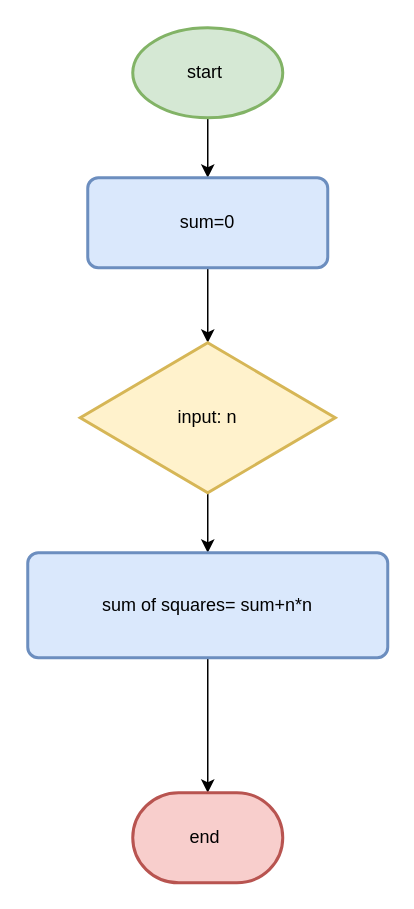
Above: build/Diagramme sans nom.drawio in essaoudi01/drawio-desktop (draw.io), before the change. Source tidied: cells renumbered, new cells numbered last; positions are measured from the earlier drawing's top-left corner, leaving out a move shared by most shapes. Both pictures are drawn from the tidied source at 150%, with x=0, y=0 at pixel (27, 27).
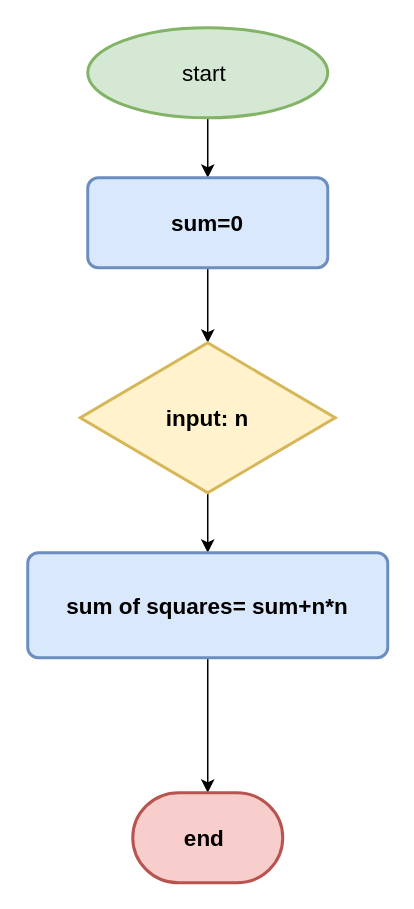
The same page after the edit.

Commit message (it also covers changes not shown here):
Mettre à jour Diagramme sans nom.drawio

Change to the diagram source:
```diff
@@
 <mxGraphModel>
   <root>
     <mxCell id="0" />
     <mxCell id="1" parent="0" />
     <mxCell id="2" style="edgeStyle=orthogonalEdgeStyle;rounded=0;jettySize=auto;html=1;exitX=0.5;exitY=1;exitDx=0;exitDy=0;exitPerimeter=0;" parent="1" edge="1" source="3" target="5">
       <mxGeometry relative="1" as="geometry" />
     </mxCell>
+    <mxCell id="11" style="edgeStyle=orthogonalEdgeStyle;rounded=0;jettySize=auto;html=1;exitX=1;exitY=0.5;exitDx=0;exitDy=0;exitPerimeter=0;fontSize=15;" parent="1" edge="1" source="3">
+      <mxGeometry relative="1" as="geometry">
+        <mxPoint x="170.1" y="29.7" as="targetPoint" />
+      </mxGeometry>
+    </mxCell>
-    <mxCell id="3" value="start&lt;span style=&quot;white-space: pre;&quot;&gt; &lt;/span&gt;" style="strokeWidth=2;html=1;shape=mxgraph.flowchart.start_1;whiteSpace=wrap;fillColor=#d5e8d4;strokeColor=#82b366;" parent="1" vertex="1">
-      <mxGeometry x="70" width="100" height="60" as="geometry" />
+    <mxCell id="3" value="start&lt;span style=&quot;white-space: pre; font-size: 15px;&quot;&gt; &lt;/span&gt;" style="strokeWidth=2;html=1;shape=mxgraph.flowchart.start_1;whiteSpace=wrap;fillColor=#d5e8d4;strokeColor=#82b366;fontStyle=0;fontSize=15;" parent="1" vertex="1">
+      <mxGeometry x="40" width="160" height="60" as="geometry" />
     </mxCell>
     <mxCell id="4" style="edgeStyle=orthogonalEdgeStyle;rounded=0;jettySize=auto;html=1;exitX=0.5;exitY=1;exitDx=0;exitDy=0;" parent="1" edge="1" source="5" target="7">
       <mxGeometry relative="1" as="geometry" />
     </mxCell>
-    <mxCell id="5" value="sum=0" style="rounded=1;whiteSpace=wrap;html=1;absoluteArcSize=1;arcSize=14;strokeWidth=2;fillColor=#dae8fc;strokeColor=#6c8ebf;" parent="1" vertex="1">
+    <mxCell id="5" value="sum=0" style="rounded=1;whiteSpace=wrap;html=1;absoluteArcSize=1;arcSize=14;strokeWidth=2;fillColor=#dae8fc;strokeColor=#6c8ebf;fontStyle=1;fontSize=15;" parent="1" vertex="1">
       <mxGeometry x="40" y="100" width="160" height="60" as="geometry" />
     </mxCell>
     <mxCell id="6" style="edgeStyle=orthogonalEdgeStyle;rounded=0;jettySize=auto;html=1;exitX=0.5;exitY=1;exitDx=0;exitDy=0;exitPerimeter=0;" parent="1" edge="1" source="7" target="9">
       <mxGeometry relative="1" as="geometry" />
     </mxCell>
-    <mxCell id="7" value="input: n" style="strokeWidth=2;html=1;shape=mxgraph.flowchart.decision;whiteSpace=wrap;fillColor=#fff2cc;strokeColor=#d6b656;" parent="1" vertex="1">
+    <mxCell id="7" value="input: n" style="strokeWidth=2;html=1;shape=mxgraph.flowchart.decision;whiteSpace=wrap;fillColor=#fff2cc;strokeColor=#d6b656;fontStyle=1;fontSize=15;" parent="1" vertex="1">
       <mxGeometry x="35" y="210" width="170" height="100" as="geometry" />
     </mxCell>
     <mxCell id="8" style="edgeStyle=orthogonalEdgeStyle;rounded=0;jettySize=auto;html=1;exitX=0.5;exitY=1;exitDx=0;exitDy=0;" parent="1" edge="1" source="9" target="10">
       <mxGeometry relative="1" as="geometry" />
     </mxCell>
-    <mxCell id="9" value="sum of squares= sum+n*n" style="rounded=1;whiteSpace=wrap;html=1;absoluteArcSize=1;arcSize=14;strokeWidth=2;fillColor=#dae8fc;strokeColor=#6c8ebf;" parent="1" vertex="1">
+    <mxCell id="9" value="sum of squares= sum+n*n" style="rounded=1;whiteSpace=wrap;html=1;absoluteArcSize=1;arcSize=14;strokeWidth=2;fillColor=#dae8fc;strokeColor=#6c8ebf;fontStyle=1;fontSize=15;" parent="1" vertex="1">
       <mxGeometry y="350" width="240" height="70" as="geometry" />
     </mxCell>
-    <mxCell id="10" value="end&amp;nbsp;" style="strokeWidth=2;html=1;shape=mxgraph.flowchart.terminator;whiteSpace=wrap;fillColor=#f8cecc;strokeColor=#b85450;" parent="1" vertex="1">
+    <mxCell id="10" value="end&amp;nbsp;" style="strokeWidth=2;html=1;shape=mxgraph.flowchart.terminator;whiteSpace=wrap;fillColor=#f8cecc;strokeColor=#b85450;fontStyle=1;fontSize=15;" parent="1" vertex="1">
       <mxGeometry x="70" y="510" width="100" height="60" as="geometry" />
     </mxCell>
   </root>
 </mxGraphModel>
```
